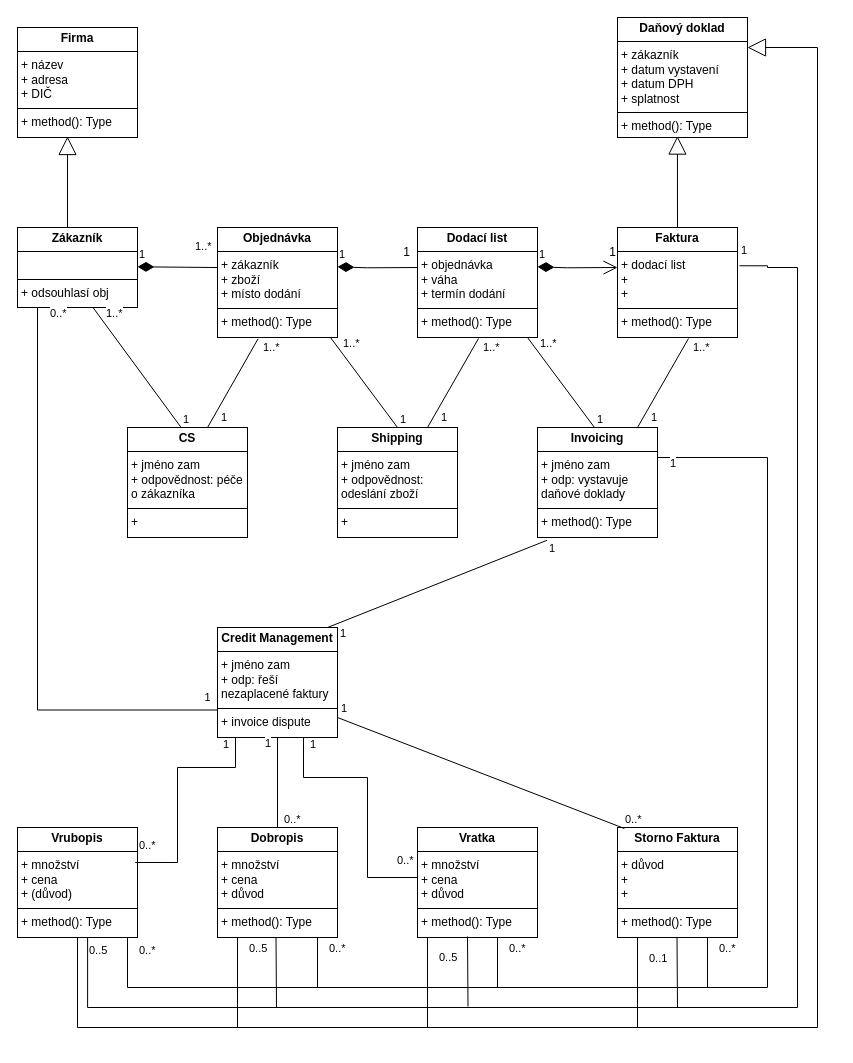
The draw.io diagram tok dokladu oprava (9).drawio in xmardol40/pg, before the edit. Source tidied: cells renumbered, new cells numbered last; positions are measured from the earlier drawing's top-left corner, leaving out a move shared by most shapes. Both pictures are drawn from the tidied source at 100%, with x=0, y=0 at pixel (17, 17).
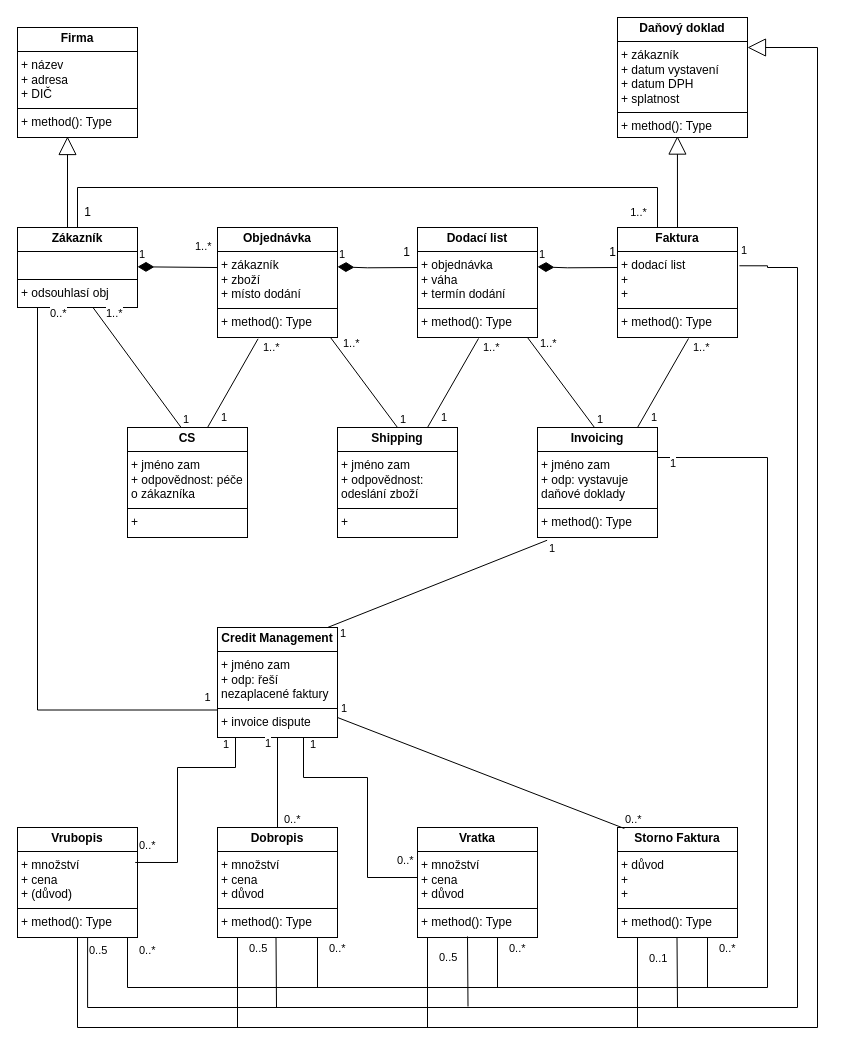
The same diagram, later.

Unchanged cells that the change refers to:
```xml
<mxCell id="4" value="&lt;p style=&quot;margin:0px;margin-top:4px;text-align:center;&quot;&gt;&lt;b&gt;Zákazník&lt;/b&gt;&lt;/p&gt;&lt;hr size=&quot;1&quot; style=&quot;border-style:solid;&quot;&gt;&lt;p style=&quot;margin:0px;margin-left:4px;&quot;&gt;&lt;br&gt;&lt;/p&gt;&lt;hr size=&quot;1&quot; style=&quot;border-style:solid;&quot;&gt;&lt;p style=&quot;margin:0px;margin-left:4px;&quot;&gt;+ odsouhlasí obj&lt;/p&gt;" style="verticalAlign=top;align=left;overflow=fill;html=1;whiteSpace=wrap;" parent="1" vertex="1">
  <mxGeometry y="210" width="120" height="80" as="geometry" />
</mxCell>
<mxCell id="7" value="&lt;p style=&quot;margin:0px;margin-top:4px;text-align:center;&quot;&gt;&lt;b&gt;Faktura&lt;/b&gt;&lt;/p&gt;&lt;hr size=&quot;1&quot; style=&quot;border-style:solid;&quot;&gt;&lt;p style=&quot;margin:0px;margin-left:4px;&quot;&gt;+ dodací list&lt;/p&gt;&lt;p style=&quot;margin:0px;margin-left:4px;&quot;&gt;+&amp;nbsp;&lt;/p&gt;&lt;p style=&quot;margin:0px;margin-left:4px;&quot;&gt;+&amp;nbsp;&lt;/p&gt;&lt;hr size=&quot;1&quot; style=&quot;border-style:solid;&quot;&gt;&lt;p style=&quot;margin:0px;margin-left:4px;&quot;&gt;+ method(): Type&lt;/p&gt;" style="verticalAlign=top;align=left;overflow=fill;html=1;whiteSpace=wrap;" parent="1" vertex="1">
  <mxGeometry x="600" y="210" width="120" height="110" as="geometry" />
</mxCell>
```

Diff of the diagram source:
```diff
@@
+    <mxCell id="76" style="edgeStyle=orthogonalEdgeStyle;rounded=0;jettySize=auto;html=1;entryX=0.5;entryY=0;entryDx=0;entryDy=0;endArrow=none;endFill=0;" parent="1" edge="1" source="4" target="7">
+      <mxGeometry relative="1" as="geometry">
+        <Array as="points">
+          <mxPoint x="60" y="170" />
+          <mxPoint x="640" y="170" />
+          <mxPoint x="640" y="210" />
+        </Array>
+      </mxGeometry>
+    </mxCell>
+    <mxCell id="77" value="1..*" style="edgeLabel;html=1;align=center;verticalAlign=middle;" parent="76" vertex="1">
+      <mxGeometry x="0.87" y="-2" relative="1" as="geometry">
+        <mxPoint x="-18" y="8" as="offset" />
+      </mxGeometry>
+    </mxCell>
@@
-    <mxCell id="18" value="1" style="endArrow=open;html=1;endSize=12;startArrow=diamondThin;startSize=14;startFill=1;align=left;verticalAlign=bottom;rounded=0;entryX=0;entryY=0.364;entryDx=0;entryDy=0;entryPerimeter=0;" parent="1" edge="1">
+    <mxCell id="18" value="1" style="endArrow=none;html=1;endSize=12;startArrow=diamondThin;startSize=14;startFill=1;align=left;verticalAlign=bottom;rounded=0;entryX=0;entryY=0.364;entryDx=0;entryDy=0;entryPerimeter=0;endFill=0;" parent="1" edge="1">
       <mxGeometry x="-1" y="3" relative="1" as="geometry">
         <mxPoint x="520" y="249.3" as="sourcePoint" />
         <mxPoint x="600" y="250" as="targetPoint" />
         <Array as="points">
           <mxPoint x="550" y="250.3" />
         </Array>
       </mxGeometry>
     </mxCell>
@@
+    <mxCell id="78" value="1" style="text;html=1;align=center;verticalAlign=middle;strokeColor=none;fillColor=none;" parent="1" vertex="1">
+      <mxGeometry x="55" y="180" width="30" height="30" as="geometry" />
+    </mxCell>
```
